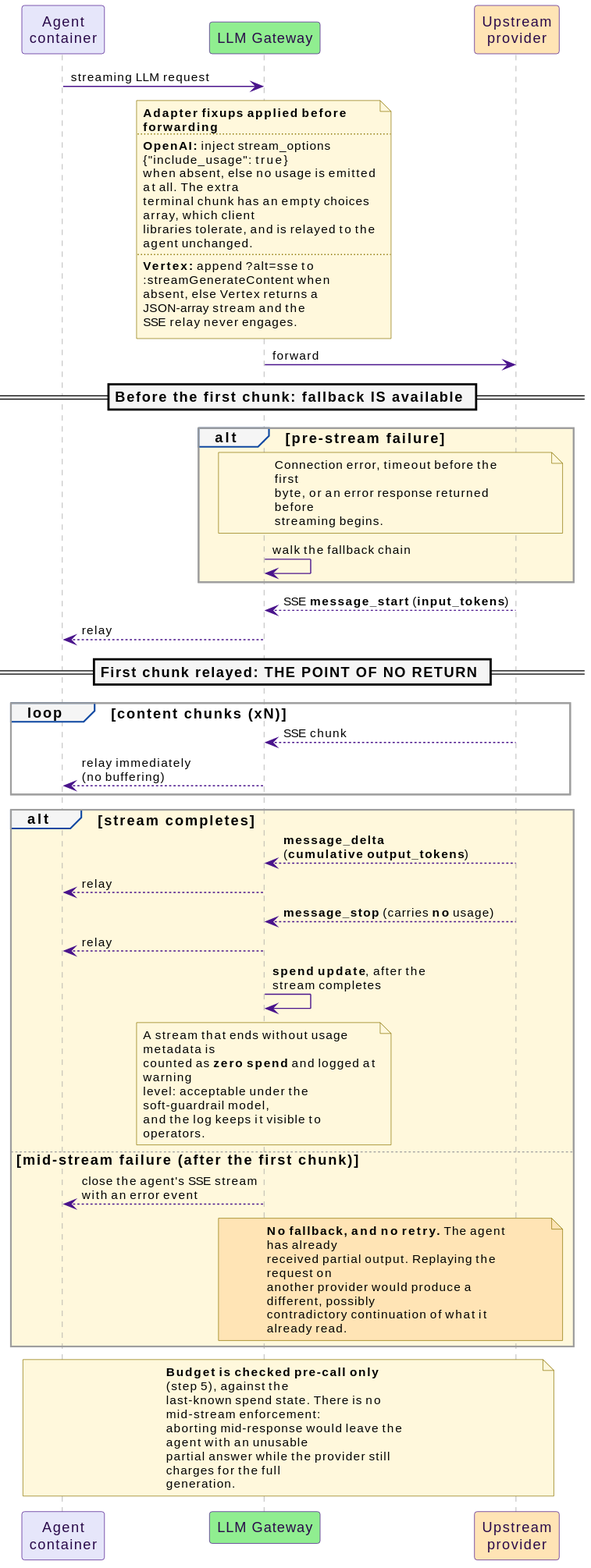
win07xp/kaalm keeps this PlantUML diagram as docs/src/diagrams/llm-streaming.svg. Above is the earlier version.
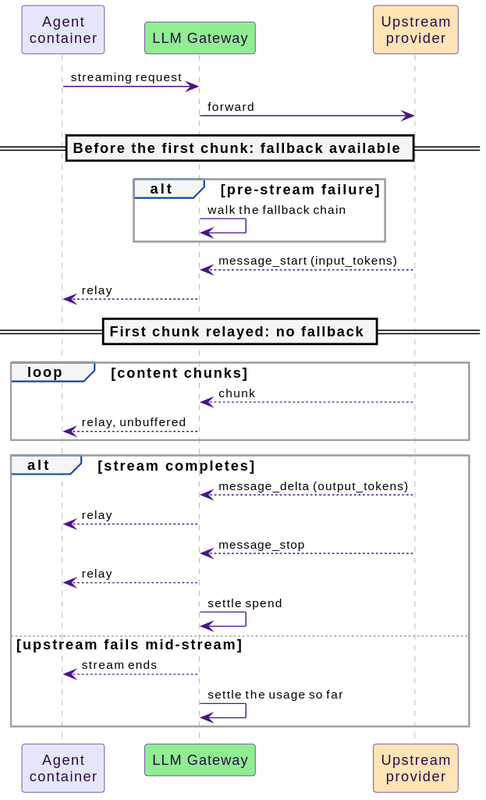
Later version of the same file.

The edit, as a diff of the source:
```diff
@@ -5,68 +5,29 @@
 participant "LLM Gateway" as gw #90EE90
 participant "Upstream\nprovider" as prov #FFE4B5
 
-agent -> gw : streaming LLM request
-
-note over gw
-  **Adapter fixups applied before forwarding**
-  ....
-  **OpenAI:** inject stream_options {"include_usage": true}
-  when absent, else no usage is emitted at all. The extra
-  terminal chunk has an empty choices array, which client
-  libraries tolerate, and is relayed to the agent unchanged.
-  ....
-  **Vertex:** append ?alt=sse to :streamGenerateContent when
-  absent, else Vertex returns a JSON-array stream and the
-  SSE relay never engages.
-end note
-
+agent -> gw : streaming request
 gw -> prov : forward
 
-== Before the first chunk: fallback IS available ==
-
-alt #FFF8DC pre-stream failure
-  note over gw, prov : Connection error, timeout before the first\nbyte, or an error response returned before\nstreaming begins.
+== Before the first chunk: fallback available ==
+alt pre-stream failure
   gw -> gw : walk the fallback chain
 end
-
-prov --> gw : SSE **message_start** (**input_tokens**)
+prov --> gw : message_start (input_tokens)
 gw --> agent : relay
 
-== First chunk relayed: THE POINT OF NO RETURN ==
-
-loop content chunks (xN)
-  prov --> gw : SSE chunk
-  gw --> agent : relay immediately\n(no buffering)
+== First chunk relayed: no fallback ==
+loop content chunks
+  prov --> gw : chunk
+  gw --> agent : relay, unbuffered
 end
-
-alt #FFF8DC stream completes
-  prov --> gw : **message_delta**\n(**cumulative output_tokens**)
+alt stream completes
+  prov --> gw : message_delta (output_tokens)
   gw --> agent : relay
-  prov --> gw : **message_stop** (carries **no** usage)
+  prov --> gw : message_stop
   gw --> agent : relay
-  gw -> gw : **spend update**, after the\nstream completes
-  note over gw
-    A stream that ends without usage metadata is
-    counted as **zero spend** and logged at warning
-    level: acceptable under the soft-guardrail model,
-    and the log keeps it visible to operators.
-  end note
-
-else mid-stream failure (after the first chunk)
-  gw --> agent : close the agent's SSE stream\nwith an error event
-  note over gw, prov #FFE4B5
-    **No fallback, and no retry.** The agent has already
-    received partial output. Replaying the request on
-    another provider would produce a different, possibly
-    contradictory continuation of what it already read.
-  end note
+  gw -> gw : settle spend
+else upstream fails mid-stream
+  gw --> agent : stream ends
+  gw -> gw : settle the usage so far
 end
-
-note over agent, prov
-  **Budget is checked pre-call only** (step 5), against the
-  last-known spend state. There is no mid-stream enforcement:
-  aborting mid-response would leave the agent with an unusable
-  partial answer while the provider still charges for the full
-  generation.
-end note
 @enduml
```
